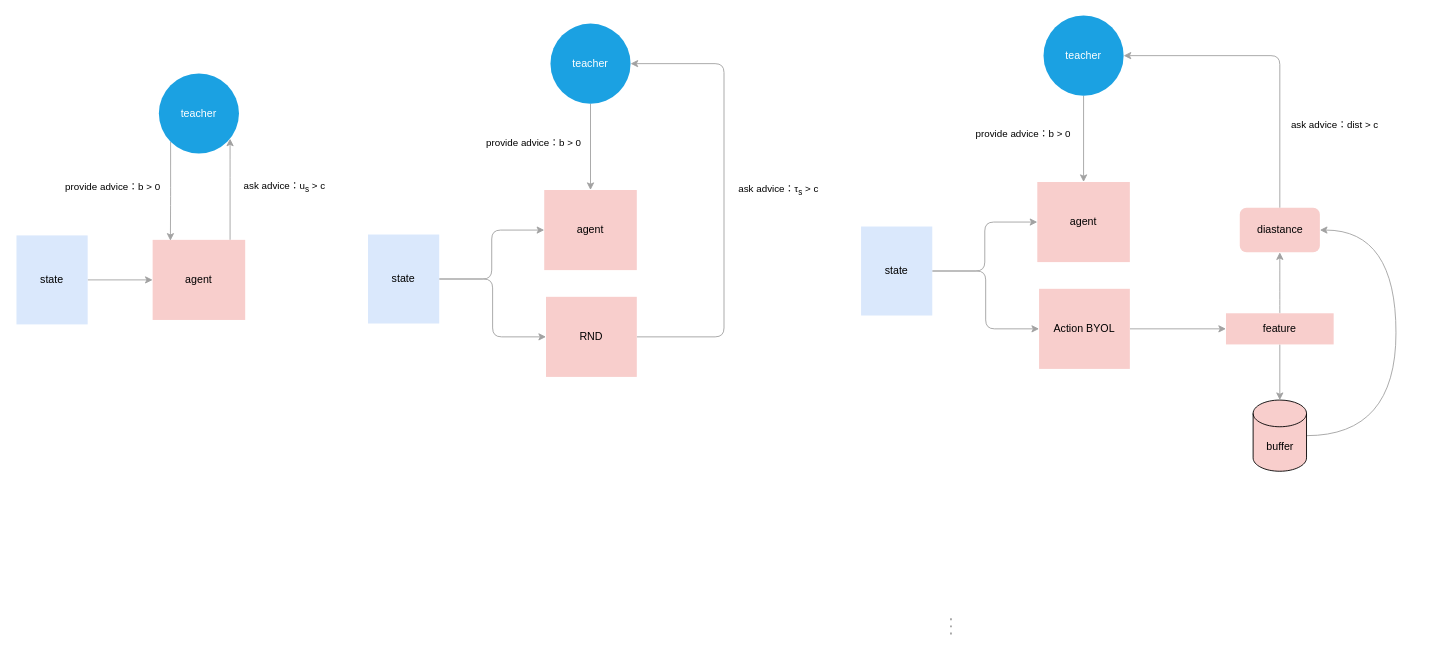
Earlier version of the draw.io diagram contrct.drawio (wyqsss/deep-rl-action-advising). Source tidied: cells renumbered, new cells numbered last; positions are measured from the earlier drawing's top-left corner, leaving out a move shared by most shapes. Both pictures are drawn from the tidied source at 89%, with x=0, y=0 at pixel (16, 15).
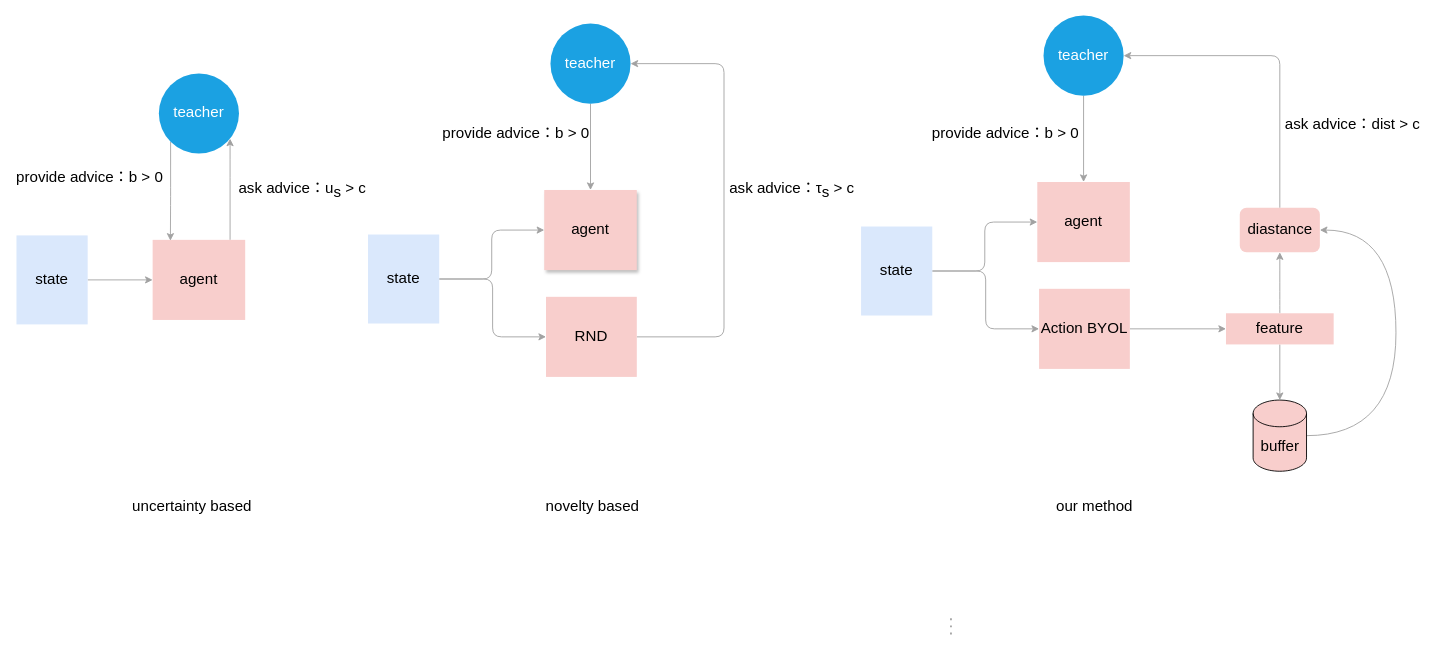
After the change.

What changed in the source:
```diff
@@
-    <mxCell id="2" style="edgeStyle=orthogonalEdgeStyle;rounded=1;jettySize=auto;html=1;strokeColor=#A1A1A1;" parent="1" edge="1" source="3" target="6">
+    <mxCell id="2" style="edgeStyle=orthogonalEdgeStyle;rounded=1;jettySize=auto;html=1;strokeColor=#A1A1A1;fontSize=17;" parent="1" edge="1" source="3" target="6">
       <mxGeometry relative="1" as="geometry" />
     </mxCell>
-    <mxCell id="3" value="state" style="rounded=0;whiteSpace=wrap;html=1;fillColor=#dae8fc;strokeColor=none;gradientColor=none;" parent="1" vertex="1">
+    <mxCell id="3" value="state" style="rounded=0;whiteSpace=wrap;html=1;fillColor=#dae8fc;strokeColor=none;gradientColor=none;fontSize=17;" parent="1" vertex="1">
       <mxGeometry y="247" width="80" height="100" as="geometry" />
     </mxCell>
-    <mxCell id="4" style="edgeStyle=orthogonalEdgeStyle;rounded=1;jettySize=auto;html=1;strokeColor=#A1A1A1;" parent="1" edge="1" source="6" target="8">
+    <mxCell id="4" style="edgeStyle=orthogonalEdgeStyle;rounded=1;jettySize=auto;html=1;strokeColor=#A1A1A1;fontSize=17;" parent="1" edge="1" source="6" target="8">
       <mxGeometry relative="1" as="geometry">
         <Array as="points">
           <mxPoint x="240" y="172" />
           <mxPoint x="240" y="172" />
         </Array>
       </mxGeometry>
     </mxCell>
-    <mxCell id="5" value="ask advice：u&lt;sub&gt;s&lt;/sub&gt; &amp;gt; c" style="edgeLabel;html=1;align=center;verticalAlign=middle;" parent="4" vertex="1">
+    <mxCell id="5" value="ask advice：u&lt;sub style=&quot;font-size: 17px;&quot;&gt;s&lt;/sub&gt; &amp;gt; c" style="edgeLabel;html=1;align=center;verticalAlign=middle;fontSize=17;" parent="4" vertex="1">
       <mxGeometry x="0.32" y="-4" relative="1" as="geometry">
-        <mxPoint x="56" y="15" as="offset" />
+        <mxPoint x="76" y="19" as="offset" />
       </mxGeometry>
     </mxCell>
-    <mxCell id="6" value="agent" style="rounded=0;whiteSpace=wrap;html=1;fillColor=#f8cecc;strokeColor=none;" parent="1" vertex="1">
+    <mxCell id="6" value="agent" style="rounded=0;whiteSpace=wrap;html=1;fillColor=#f8cecc;strokeColor=none;fontSize=17;" parent="1" vertex="1">
       <mxGeometry x="153" y="252" width="104" height="90" as="geometry" />
     </mxCell>
-    <mxCell id="7" style="edgeStyle=orthogonalEdgeStyle;rounded=1;jettySize=auto;html=1;exitX=0;exitY=1;exitDx=0;exitDy=0;entryX=0.192;entryY=0.011;entryDx=0;entryDy=0;entryPerimeter=0;strokeColor=#A3A3A3;" parent="1" edge="1" source="8" target="6">
+    <mxCell id="7" style="edgeStyle=orthogonalEdgeStyle;rounded=1;jettySize=auto;html=1;exitX=0;exitY=1;exitDx=0;exitDy=0;entryX=0.192;entryY=0.011;entryDx=0;entryDy=0;entryPerimeter=0;strokeColor=#A3A3A3;fontSize=17;" parent="1" edge="1" source="8" target="6">
       <mxGeometry relative="1" as="geometry" />
     </mxCell>
-    <mxCell id="8" value="teacher" style="ellipse;whiteSpace=wrap;html=1;fillColor=#1ba1e2;fontColor=#ffffff;strokeColor=none;" parent="1" vertex="1">
+    <mxCell id="8" value="teacher" style="ellipse;whiteSpace=wrap;html=1;fillColor=#1ba1e2;fontColor=#ffffff;strokeColor=none;fontSize=17;" parent="1" vertex="1">
       <mxGeometry x="160" y="65" width="90" height="90" as="geometry" />
     </mxCell>
-    <mxCell id="9" style="endArrow=none;dashed=1;html=1;dashPattern=1 3;strokeWidth=2;rounded=1;strokeColor=#A1A1A1;" parent="1" edge="1">
+    <mxCell id="9" style="endArrow=none;dashed=1;html=1;dashPattern=1 3;strokeWidth=2;rounded=1;strokeColor=#A1A1A1;fontSize=17;" parent="1" edge="1">
       <mxGeometry relative="1" as="geometry">
         <mxPoint x="1050" y="677.3" as="sourcePoint" />
         <mxPoint x="1050" y="696.7" as="targetPoint" />
       </mxGeometry>
     </mxCell>
-    <mxCell id="10" value="provide advice：b&amp;nbsp;&amp;gt; 0" style="edgeLabel;html=1;align=center;verticalAlign=middle;" parent="1" vertex="1">
-      <mxGeometry x="107" y="192" as="geometry" />
+    <mxCell id="10" value="provide advice：b&amp;nbsp;&amp;gt; 0" style="edgeLabel;html=1;align=center;verticalAlign=middle;fontSize=17;" parent="1" vertex="1">
+      <mxGeometry x="90" y="187" as="geometry">
+        <mxPoint x="-9" y="-5" as="offset" />
+      </mxGeometry>
     </mxCell>
-    <mxCell id="11" style="edgeStyle=orthogonalEdgeStyle;rounded=1;jettySize=auto;html=1;strokeColor=#A1A1A1;" parent="1" edge="1" source="13" target="14">
+    <mxCell id="11" style="edgeStyle=orthogonalEdgeStyle;rounded=1;jettySize=auto;html=1;strokeColor=#A1A1A1;fontSize=17;" parent="1" edge="1" source="13" target="14">
       <mxGeometry relative="1" as="geometry">
         <Array as="points">
           <mxPoint x="534" y="296" />
           <mxPoint x="534" y="241" />
         </Array>
       </mxGeometry>
     </mxCell>
-    <mxCell id="12" style="edgeStyle=orthogonalEdgeStyle;rounded=1;jettySize=auto;html=1;exitX=1;exitY=0.5;exitDx=0;exitDy=0;entryX=0;entryY=0.5;entryDx=0;entryDy=0;strokeColor=#A1A1A1;" parent="1" edge="1" source="13" target="19">
+    <mxCell id="12" style="edgeStyle=orthogonalEdgeStyle;rounded=1;jettySize=auto;html=1;exitX=1;exitY=0.5;exitDx=0;exitDy=0;entryX=0;entryY=0.5;entryDx=0;entryDy=0;strokeColor=#A1A1A1;fontSize=17;" parent="1" edge="1" source="13" target="19">
       <mxGeometry relative="1" as="geometry" />
     </mxCell>
-    <mxCell id="13" value="state" style="rounded=0;whiteSpace=wrap;html=1;fillColor=#dae8fc;strokeColor=none;gradientColor=none;" parent="1" vertex="1">
+    <mxCell id="13" value="state" style="rounded=0;whiteSpace=wrap;html=1;fillColor=#dae8fc;strokeColor=none;gradientColor=none;fontSize=17;" parent="1" vertex="1">
       <mxGeometry x="395" y="246" width="80" height="100" as="geometry" />
     </mxCell>
-    <mxCell id="14" value="agent" style="rounded=0;whiteSpace=wrap;html=1;fillColor=#f8cecc;strokeColor=none;" parent="1" vertex="1">
+    <mxCell id="14" value="agent" style="rounded=0;whiteSpace=wrap;html=1;fillColor=#f8cecc;strokeColor=none;shadow=1;fontSize=17;" parent="1" vertex="1">
       <mxGeometry x="593" y="196" width="104" height="90" as="geometry" />
     </mxCell>
-    <mxCell id="15" style="edgeStyle=orthogonalEdgeStyle;rounded=1;jettySize=auto;html=1;exitX=0.5;exitY=1;exitDx=0;exitDy=0;strokeColor=#A1A1A1;" parent="1" edge="1" source="16" target="14">
+    <mxCell id="15" style="edgeStyle=orthogonalEdgeStyle;rounded=1;jettySize=auto;html=1;exitX=0.5;exitY=1;exitDx=0;exitDy=0;strokeColor=#A1A1A1;fontSize=17;" parent="1" edge="1" source="16" target="14">
       <mxGeometry relative="1" as="geometry" />
     </mxCell>
-    <mxCell id="16" value="teacher" style="ellipse;whiteSpace=wrap;html=1;fillColor=#1ba1e2;fontColor=#ffffff;strokeColor=none;" parent="1" vertex="1">
+    <mxCell id="16" value="teacher" style="ellipse;whiteSpace=wrap;html=1;fillColor=#1ba1e2;fontColor=#ffffff;strokeColor=none;fontSize=17;" parent="1" vertex="1">
       <mxGeometry x="600" y="9" width="90" height="90" as="geometry" />
     </mxCell>
-    <mxCell id="17" value="provide advice：b&amp;nbsp;&amp;gt; 0" style="edgeLabel;html=1;align=center;verticalAlign=middle;" parent="1" vertex="1">
-      <mxGeometry x="580" y="142" as="geometry" />
+    <mxCell id="17" value="provide advice：b&amp;nbsp;&amp;gt; 0" style="edgeLabel;html=1;align=center;verticalAlign=middle;fontSize=17;" parent="1" vertex="1">
+      <mxGeometry x="560" y="132" as="geometry" />
     </mxCell>
-    <mxCell id="18" style="edgeStyle=orthogonalEdgeStyle;rounded=1;jettySize=auto;html=1;exitX=1;exitY=0.5;exitDx=0;exitDy=0;entryX=1;entryY=0.5;entryDx=0;entryDy=0;strokeColor=#A1A1A1;" parent="1" edge="1" source="19" target="16">
+    <mxCell id="18" style="edgeStyle=orthogonalEdgeStyle;rounded=1;jettySize=auto;html=1;exitX=1;exitY=0.5;exitDx=0;exitDy=0;entryX=1;entryY=0.5;entryDx=0;entryDy=0;strokeColor=#A1A1A1;fontSize=17;" parent="1" edge="1" source="19" target="16">
       <mxGeometry relative="1" as="geometry">
         <Array as="points">
           <mxPoint x="795" y="361" />
           <mxPoint x="795" y="54" />
         </Array>
       </mxGeometry>
     </mxCell>
-    <mxCell id="19" value="RND" style="rounded=0;whiteSpace=wrap;html=1;gradientColor=none;fillColor=#F8CECC;strokeColor=none;" parent="1" vertex="1">
+    <mxCell id="19" value="RND" style="rounded=0;whiteSpace=wrap;html=1;gradientColor=none;fillColor=#F8CECC;strokeColor=none;fontSize=17;" parent="1" vertex="1">
       <mxGeometry x="595" y="316" width="102" height="90" as="geometry" />
     </mxCell>
-    <mxCell id="20" value="ask advice：τ&lt;sub&gt;s&lt;/sub&gt; &amp;gt; c" style="edgeLabel;html=1;align=center;verticalAlign=middle;" parent="1" vertex="1">
-      <mxGeometry x="855" y="196" as="geometry" />
+    <mxCell id="20" value="ask advice：τ&lt;sub style=&quot;font-size: 17px;&quot;&gt;s&lt;/sub&gt; &amp;gt; c" style="edgeLabel;html=1;align=center;verticalAlign=middle;fontSize=17;" parent="1" vertex="1">
+      <mxGeometry x="870" y="196" as="geometry" />
     </mxCell>
-    <mxCell id="21" style="edgeStyle=orthogonalEdgeStyle;rounded=1;jettySize=auto;html=1;strokeColor=#A1A1A1;" parent="1" edge="1" source="23" target="24">
+    <mxCell id="21" style="edgeStyle=orthogonalEdgeStyle;rounded=1;jettySize=auto;html=1;strokeColor=#A1A1A1;fontSize=17;" parent="1" edge="1" source="23" target="24">
       <mxGeometry relative="1" as="geometry">
         <Array as="points">
           <mxPoint x="1088" y="287" />
           <mxPoint x="1088" y="232" />
         </Array>
       </mxGeometry>
     </mxCell>
-    <mxCell id="22" style="edgeStyle=orthogonalEdgeStyle;rounded=1;jettySize=auto;html=1;exitX=1;exitY=0.5;exitDx=0;exitDy=0;entryX=0;entryY=0.5;entryDx=0;entryDy=0;strokeColor=#A1A1A1;" parent="1" edge="1" source="23" target="29">
+    <mxCell id="22" style="edgeStyle=orthogonalEdgeStyle;rounded=1;jettySize=auto;html=1;exitX=1;exitY=0.5;exitDx=0;exitDy=0;entryX=0;entryY=0.5;entryDx=0;entryDy=0;strokeColor=#A1A1A1;fontSize=17;" parent="1" edge="1" source="23" target="29">
       <mxGeometry relative="1" as="geometry" />
     </mxCell>
-    <mxCell id="23" value="state" style="rounded=0;whiteSpace=wrap;html=1;fillColor=#dae8fc;strokeColor=none;gradientColor=none;" parent="1" vertex="1">
+    <mxCell id="23" value="state" style="rounded=0;whiteSpace=wrap;html=1;fillColor=#dae8fc;strokeColor=none;gradientColor=none;fontSize=17;" parent="1" vertex="1">
       <mxGeometry x="949" y="237" width="80" height="100" as="geometry" />
     </mxCell>
-    <mxCell id="24" value="agent" style="rounded=0;whiteSpace=wrap;html=1;fillColor=#f8cecc;strokeColor=none;" parent="1" vertex="1">
+    <mxCell id="24" value="agent" style="rounded=0;whiteSpace=wrap;html=1;fillColor=#f8cecc;strokeColor=none;fontSize=17;" parent="1" vertex="1">
       <mxGeometry x="1147" y="187" width="104" height="90" as="geometry" />
     </mxCell>
-    <mxCell id="25" style="edgeStyle=orthogonalEdgeStyle;rounded=1;jettySize=auto;html=1;exitX=0.5;exitY=1;exitDx=0;exitDy=0;strokeColor=#A1A1A1;" parent="1" edge="1" source="26" target="24">
+    <mxCell id="25" style="edgeStyle=orthogonalEdgeStyle;rounded=1;jettySize=auto;html=1;exitX=0.5;exitY=1;exitDx=0;exitDy=0;strokeColor=#A1A1A1;fontSize=17;" parent="1" edge="1" source="26" target="24">
       <mxGeometry relative="1" as="geometry" />
     </mxCell>
-    <mxCell id="26" value="teacher" style="ellipse;whiteSpace=wrap;html=1;fillColor=#1ba1e2;fontColor=#ffffff;strokeColor=none;" parent="1" vertex="1">
+    <mxCell id="26" value="teacher" style="ellipse;whiteSpace=wrap;html=1;fillColor=#1ba1e2;fontColor=#ffffff;strokeColor=none;fontSize=17;" parent="1" vertex="1">
       <mxGeometry x="1154" width="90" height="90" as="geometry" />
     </mxCell>
-    <mxCell id="27" value="provide advice：b&amp;nbsp;&amp;gt; 0" style="edgeLabel;html=1;align=center;verticalAlign=middle;" parent="1" vertex="1">
-      <mxGeometry x="1130" y="132" as="geometry" />
+    <mxCell id="27" value="provide advice：b&amp;nbsp;&amp;gt; 0" style="edgeLabel;html=1;align=center;verticalAlign=middle;fontSize=17;" parent="1" vertex="1">
+      <mxGeometry x="1110" y="132" as="geometry" />
     </mxCell>
-    <mxCell id="28" style="edgeStyle=orthogonalEdgeStyle;rounded=1;jettySize=auto;html=1;exitX=1;exitY=0.5;exitDx=0;exitDy=0;strokeColor=#A1A1A1;" parent="1" edge="1" source="29" target="35">
+    <mxCell id="28" style="edgeStyle=orthogonalEdgeStyle;rounded=1;jettySize=auto;html=1;exitX=1;exitY=0.5;exitDx=0;exitDy=0;strokeColor=#A1A1A1;fontSize=17;" parent="1" edge="1" source="29" target="35">
       <mxGeometry relative="1" as="geometry" />
     </mxCell>
-    <mxCell id="29" value="Action BYOL" style="rounded=0;whiteSpace=wrap;html=1;gradientColor=none;fillColor=#F8CECC;strokeColor=none;" parent="1" vertex="1">
+    <mxCell id="29" value="Action BYOL" style="rounded=0;whiteSpace=wrap;html=1;gradientColor=none;fillColor=#F8CECC;strokeColor=none;fontSize=17;" parent="1" vertex="1">
       <mxGeometry x="1149" y="307" width="102" height="90" as="geometry" />
     </mxCell>
-    <mxCell id="30" value="ask advice：dist&amp;nbsp;&amp;gt; c" style="edgeLabel;html=1;align=center;verticalAlign=middle;" parent="1" vertex="1">
-      <mxGeometry x="1480" y="122" as="geometry" />
+    <mxCell id="30" value="ask advice：dist&amp;nbsp;&amp;gt; c" style="edgeLabel;html=1;align=center;verticalAlign=middle;fontSize=17;" parent="1" vertex="1">
+      <mxGeometry x="1500" y="122" as="geometry" />
     </mxCell>
-    <mxCell id="31" style="edgeStyle=orthogonalEdgeStyle;curved=1;jettySize=auto;html=1;exitX=1;exitY=0.5;exitDx=0;exitDy=0;exitPerimeter=0;entryX=1;entryY=0.5;entryDx=0;entryDy=0;strokeColor=#A1A1A1;" parent="1" edge="1" source="32" target="37">
+    <mxCell id="31" style="edgeStyle=orthogonalEdgeStyle;curved=1;jettySize=auto;html=1;exitX=1;exitY=0.5;exitDx=0;exitDy=0;exitPerimeter=0;entryX=1;entryY=0.5;entryDx=0;entryDy=0;strokeColor=#A1A1A1;fontSize=17;" parent="1" edge="1" source="32" target="37">
       <mxGeometry relative="1" as="geometry">
         <Array as="points">
           <mxPoint x="1550" y="472" />
           <mxPoint x="1550" y="241" />
         </Array>
       </mxGeometry>
     </mxCell>
-    <mxCell id="32" value="buffer" style="shape=cylinder3;whiteSpace=wrap;html=1;boundedLbl=1;backgroundOutline=1;size=15;fillColor=#F8CECC;gradientColor=none;" parent="1" vertex="1">
+    <mxCell id="32" value="buffer" style="shape=cylinder3;whiteSpace=wrap;html=1;boundedLbl=1;backgroundOutline=1;size=15;fillColor=#F8CECC;gradientColor=none;fontSize=17;" parent="1" vertex="1">
       <mxGeometry x="1389.5" y="432" width="60" height="80" as="geometry" />
     </mxCell>
-    <mxCell id="33" style="edgeStyle=orthogonalEdgeStyle;rounded=1;jettySize=auto;html=1;exitX=0.5;exitY=1;exitDx=0;exitDy=0;strokeColor=#A1A1A1;" parent="1" edge="1" source="35" target="32">
+    <mxCell id="33" style="edgeStyle=orthogonalEdgeStyle;rounded=1;jettySize=auto;html=1;exitX=0.5;exitY=1;exitDx=0;exitDy=0;strokeColor=#A1A1A1;fontSize=17;" parent="1" edge="1" source="35" target="32">
       <mxGeometry relative="1" as="geometry" />
     </mxCell>
-    <mxCell id="34" style="edgeStyle=orthogonalEdgeStyle;curved=1;jettySize=auto;html=1;exitX=0.5;exitY=0;exitDx=0;exitDy=0;entryX=0.5;entryY=1;entryDx=0;entryDy=0;strokeColor=#A1A1A1;" parent="1" edge="1" source="35" target="37">
+    <mxCell id="34" style="edgeStyle=orthogonalEdgeStyle;curved=1;jettySize=auto;html=1;exitX=0.5;exitY=0;exitDx=0;exitDy=0;entryX=0.5;entryY=1;entryDx=0;entryDy=0;strokeColor=#A1A1A1;fontSize=17;" parent="1" edge="1" source="35" target="37">
       <mxGeometry relative="1" as="geometry" />
     </mxCell>
-    <mxCell id="35" value="feature" style="rounded=0;whiteSpace=wrap;html=1;gradientColor=none;fillColor=#F8CECC;strokeColor=none;" parent="1" vertex="1">
+    <mxCell id="35" value="feature" style="rounded=0;whiteSpace=wrap;html=1;gradientColor=none;fillColor=#F8CECC;strokeColor=none;fontSize=17;" parent="1" vertex="1">
       <mxGeometry x="1359" y="334.5" width="121" height="35" as="geometry" />
     </mxCell>
-    <mxCell id="36" style="edgeStyle=orthogonalEdgeStyle;jettySize=auto;html=1;exitX=0.5;exitY=0;exitDx=0;exitDy=0;entryX=1;entryY=0.5;entryDx=0;entryDy=0;strokeColor=#A1A1A1;rounded=1;" parent="1" edge="1" source="37" target="26">
+    <mxCell id="36" style="edgeStyle=orthogonalEdgeStyle;jettySize=auto;html=1;exitX=0.5;exitY=0;exitDx=0;exitDy=0;entryX=1;entryY=0.5;entryDx=0;entryDy=0;strokeColor=#A1A1A1;rounded=1;fontSize=17;" parent="1" edge="1" source="37" target="26">
       <mxGeometry relative="1" as="geometry" />
     </mxCell>
-    <mxCell id="37" value="diastance" style="rounded=1;whiteSpace=wrap;html=1;fillColor=#F8CECC;gradientColor=none;strokeColor=none;" parent="1" vertex="1">
+    <mxCell id="37" value="diastance" style="rounded=1;whiteSpace=wrap;html=1;fillColor=#F8CECC;gradientColor=none;strokeColor=none;fontSize=17;" parent="1" vertex="1">
       <mxGeometry x="1374.5" y="216" width="90" height="50" as="geometry" />
     </mxCell>
+    <mxCell id="38" value="uncertainty based" style="text;html=1;align=center;verticalAlign=middle;strokeColor=none;fillColor=none;fontSize=17;" parent="1" vertex="1">
+      <mxGeometry x="117" y="537" width="160" height="30" as="geometry" />
+    </mxCell>
+    <mxCell id="39" value="novelty based" style="text;html=1;align=center;verticalAlign=middle;strokeColor=none;fillColor=none;shadow=1;fontSize=17;" parent="1" vertex="1">
+      <mxGeometry x="582" y="537" width="130" height="30" as="geometry" />
+    </mxCell>
+    <mxCell id="40" value="our method" style="text;html=1;align=center;verticalAlign=middle;strokeColor=none;fillColor=none;fontSize=17;" parent="1" vertex="1">
+      <mxGeometry x="1156" y="537" width="110" height="30" as="geometry" />
+    </mxCell>
```
